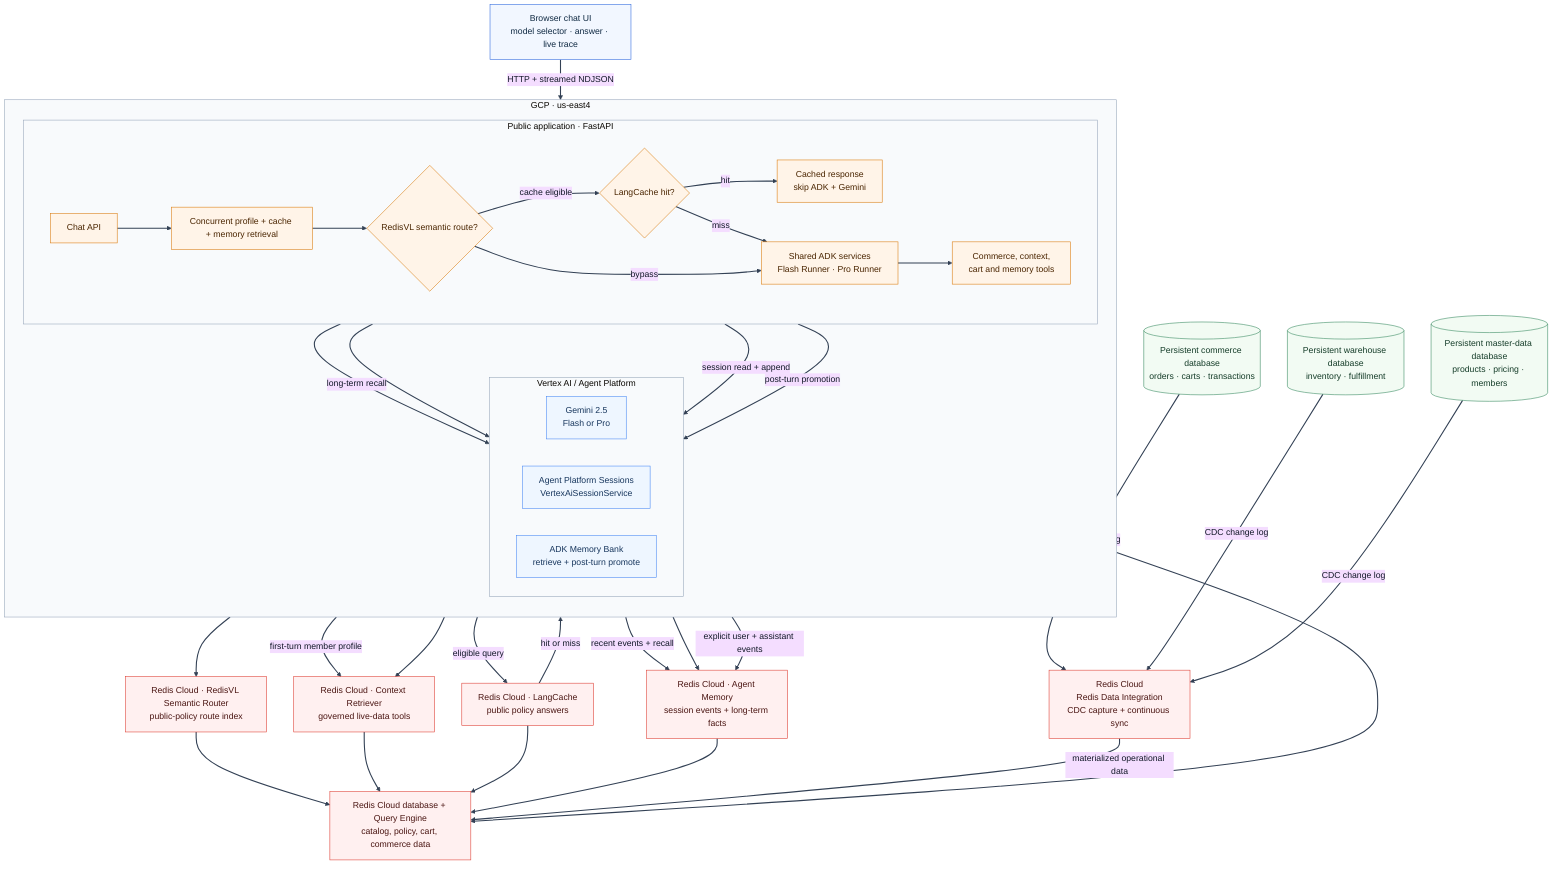
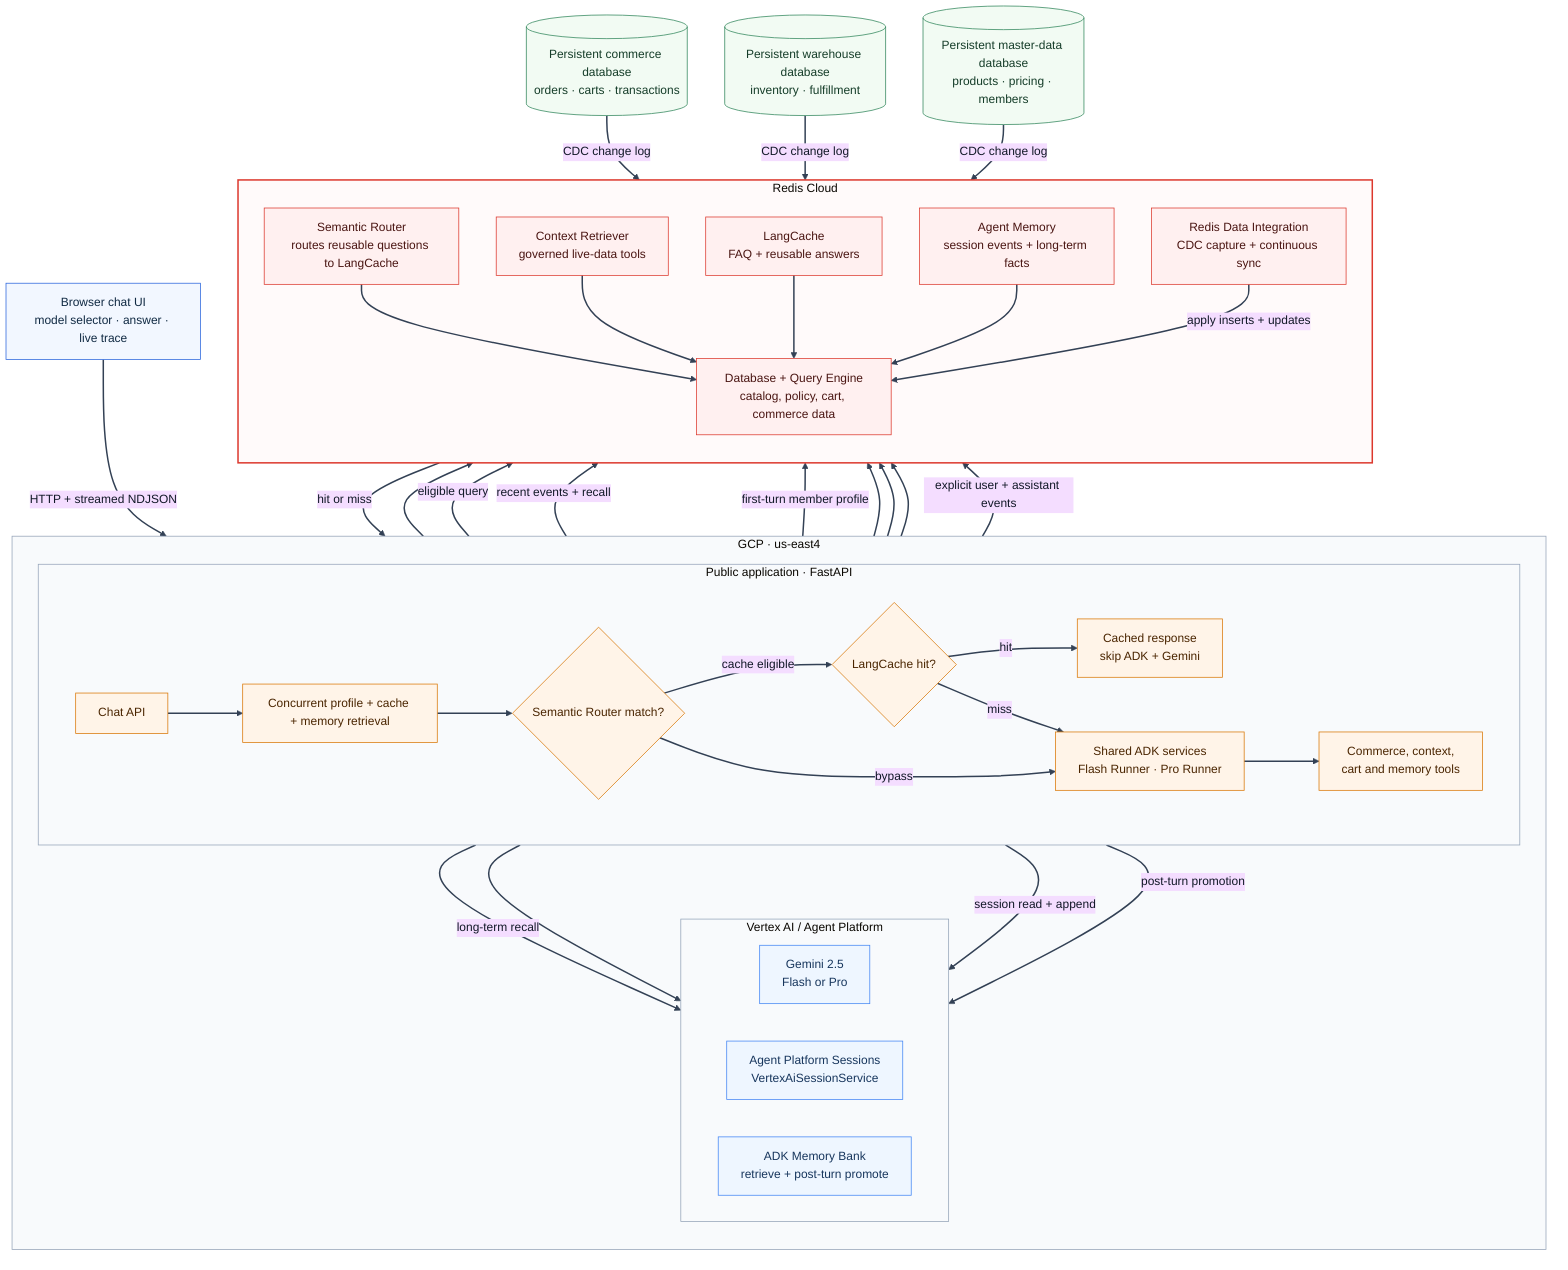
%%{init: {"theme":"base","themeVariables":{"background":"#ffffff","primaryTextColor":"#111827","lineColor":"#334155","clusterBkg":"#f8fafc","clusterBorder":"#94a3b8"},"flowchart":{"curve":"basis"}}}%%
flowchart TB
    browser["Browser chat UI<br/>model selector · answer · live trace"]

    subgraph gcp["GCP · us-east4"]
        direction TB
        subgraph run["Public application · FastAPI"]
            direction LR
            api["Chat API"] --> prefetch["Concurrent profile + cache + memory retrieval"]
-             prefetch --> route{"RedisVL semantic route?"}
+             prefetch --> route{"Semantic Router match?"}
            route -->|cache eligible| gate{"LangCache hit?"}
            gate -->|hit| cached["Cached response<br/>skip ADK + Gemini"]
            gate -->|miss| runners["Shared ADK services<br/>Flash Runner · Pro Runner"]
            route -->|bypass| runners
            runners --> tools["Commerce, context,<br/>cart and memory tools"]
        end

        subgraph vertex["Vertex AI / Agent Platform"]
            direction LR
            gemini["Gemini 2.5<br/>Flash or Pro"]
            sessions["Agent Platform Sessions<br/>VertexAiSessionService"]
            bank["ADK Memory Bank<br/>retrieve + post-turn promote"]
        end
    end

    commerce[("Persistent commerce database<br/>orders · carts · transactions")]
    warehouse[("Persistent warehouse database<br/>inventory · fulfillment")]
    master[("Persistent master-data database<br/>products · pricing · members")]

-     rdi["Redis Cloud<br/>Redis Data Integration<br/>CDC capture + continuous sync"]
-     cache["Redis Cloud · LangCache<br/>public policy answers"]
-     ram["Redis Cloud · Agent Memory<br/>session events + long-term facts"]
-     context["Redis Cloud · Context Retriever<br/>governed live-data tools"]
-     semantic["Redis Cloud · RedisVL Semantic Router<br/>public-policy route index"]
-     database["Redis Cloud database + Query Engine<br/>catalog, policy, cart, commerce data"]
+     subgraph rediscloud["Redis Cloud"]
+         direction TB
+         rdi["Redis Data Integration<br/>CDC capture + continuous sync"]
+         cache["LangCache<br/>FAQ + reusable answers"]
+         ram["Agent Memory<br/>session events + long-term facts"]
+         context["Context Retriever<br/>governed live-data tools"]
+         semantic["Semantic Router<br/>routes reusable questions to LangCache"]
+         database["Database + Query Engine<br/>catalog, policy, cart, commerce data"]
+     end

    browser -->|HTTP + streamed NDJSON| api

    route --> semantic
    semantic --> database
    route -->|eligible query| cache
    cache -->|hit or miss| gate
    prefetch -->|recent events + recall| ram
    prefetch -->|long-term recall| bank
    prefetch -->|first-turn member profile| context

    runners --> gemini
    runners -->|session read + append| sessions
    runners -->|post-turn promotion| bank
    tools --> context
    tools --> database
    tools --> ram
    context --> database
    api -->|explicit user + assistant events| ram

    cache --> database
    ram --> database
    commerce -->|CDC change log| rdi
    warehouse -->|CDC change log| rdi
    master -->|CDC change log| rdi
-     rdi -->|materialized operational data| database
+     rdi -->|apply inserts + updates| database

    classDef client fill:#f2f7ff,stroke:#2864dc,color:#102a43
    classDef app fill:#fff4e8,stroke:#d97706,color:#4a2500
    classDef google fill:#eef6ff,stroke:#4285f4,color:#17365d
    classDef redis fill:#fff0f0,stroke:#dc382d,color:#4a1512
    classDef source fill:#f2fbf3,stroke:#2f855a,color:#153d29

    class browser client
    class api,prefetch,route,gate,cached,runners,tools app
    class gemini,sessions,bank google
    class rdi,cache,ram,context,semantic,database redis
    class commerce,warehouse,master source

+     style rediscloud fill:#fffafa,stroke:#dc382d,stroke-width:2px
+ 
    linkStyle default stroke:#334155,stroke-width:2px
